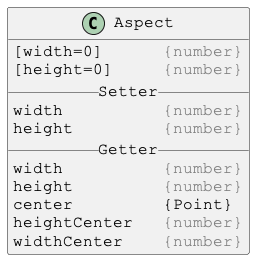
This is docs/PlantUml/images/Aspect.png from Justin-Byrne/canvasLab, a PlantUML export, as it was before one commit.
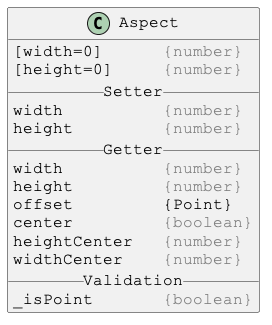
The same file after the commit.

Diff of the diagram source:
```diff
@@ -12,9 +12,12 @@
 __ Getter __
 width          <color:gray>{number}</color>
 height         <color:gray>{number}</color>
-center         {Point}
+offset         {Point}
+center         <color:gray>{boolean}</color>
 heightCenter   <color:gray>{number}</color>
 widthCenter    <color:gray>{number}</color>
+__ Validation __
+_isPoint       <color:gray>{boolean}</color>
 }
 
 @enduml
```
